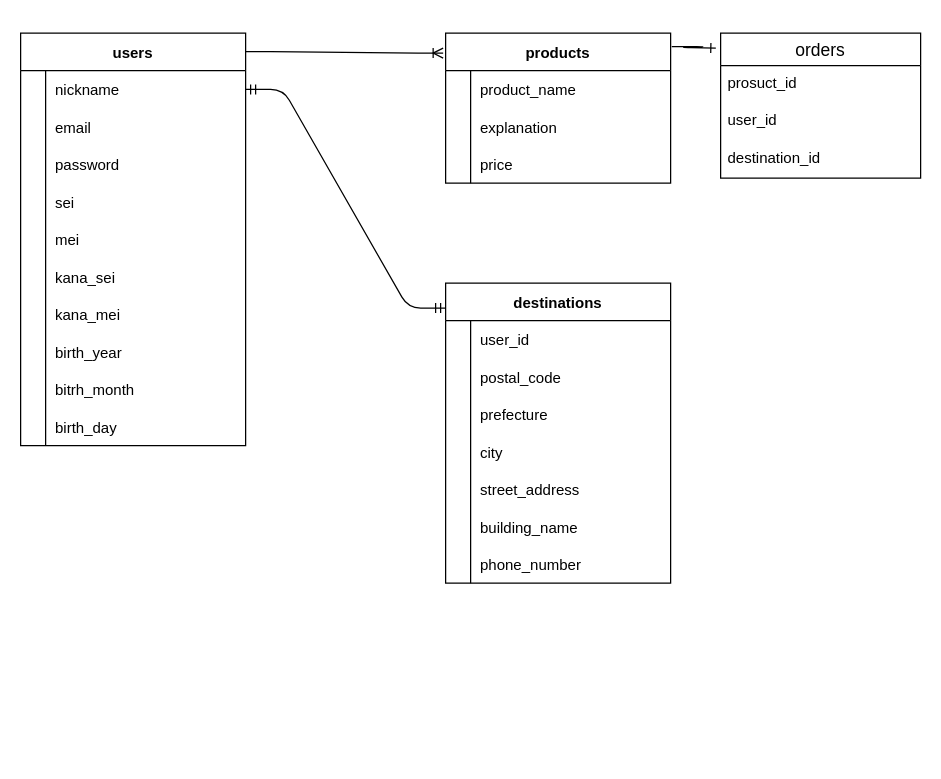
Before: furima.dio in hanacat299/furima-40354, a draw.io diagram. Source tidied: cells renumbered, new cells numbered last; positions are measured from the earlier drawing's top-left corner, leaving out a move shared by most shapes. Both pictures are drawn from the tidied source at 125%, with x=0, y=0 at pixel (20, 32).
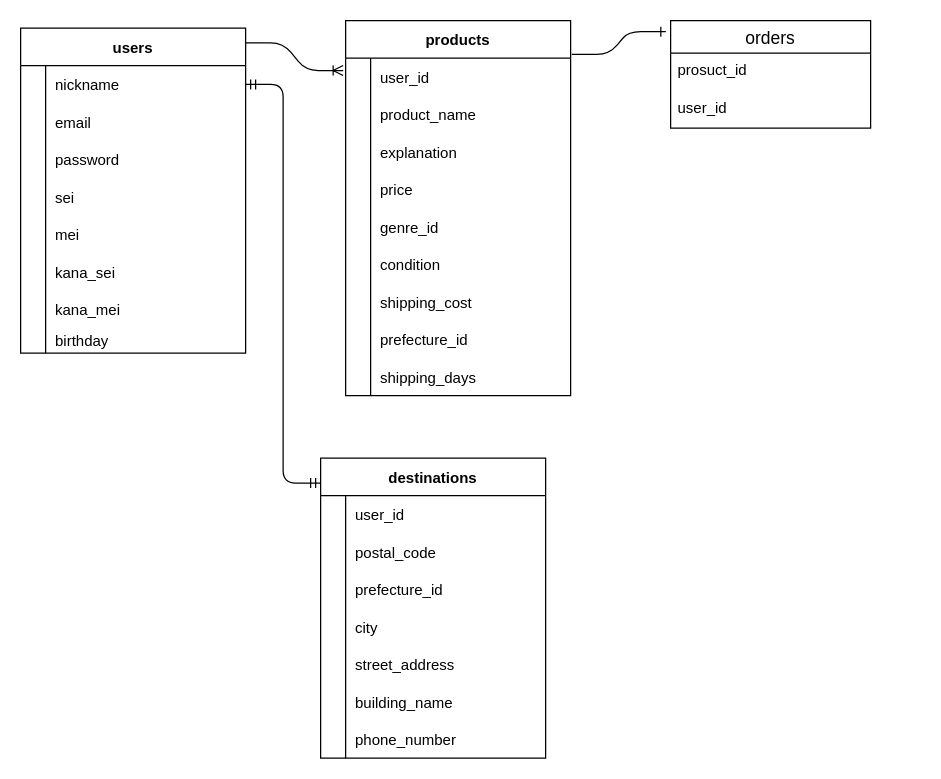
After the change.

Commit message (it also covers changes not shown here):
DB設計の修正

The change refers to these unchanged cells:
```xml
<mxCell id="50" style="shape=tableRow;horizontal=0;startSize=0;swimlaneHead=0;swimlaneBody=0;fillColor=none;top=0;left=0;right=0;bottom=0;" parent="43" vertex="1">
  <mxGeometry y="90" width="180" height="30" as="geometry" />
</mxCell>
```

Change to the diagram source:
```diff
@@
     <mxCell id="2" value="users" style="shape=table;startSize=30;childLayout=tableLayout;rowLines=0;fontStyle=1;align=center;" parent="1" vertex="1">
-      <mxGeometry width="180" height="330" as="geometry" />
+      <mxGeometry y="-4" width="180" height="260" as="geometry" />
     </mxCell>
@@
     <mxCell id="24" style="shape=tableRow;horizontal=0;startSize=0;swimlaneHead=0;swimlaneBody=0;fillColor=none;top=0;left=0;right=0;bottom=0;" parent="2" vertex="1">
-      <mxGeometry y="240" width="180" height="30" as="geometry" />
+      <mxGeometry y="240" width="180" height="20" as="geometry" />
     </mxCell>
     <mxCell id="25" style="shape=partialRectangle;fillColor=none;top=0;left=0;bottom=0;right=0;overflow=hidden;dashed=1;" parent="24" vertex="1">
-      <mxGeometry width="20" height="30" as="geometry" />
+      <mxGeometry width="20" height="20" as="geometry" />
     </mxCell>
-    <mxCell id="26" value="birth_year" style="shape=partialRectangle;fillColor=none;top=0;left=0;bottom=0;right=0;align=left;spacingLeft=6;overflow=hidden;" parent="24" vertex="1">
-      <mxGeometry x="20" width="160" height="30" as="geometry" />
+    <mxCell id="26" value="birthday" style="shape=partialRectangle;fillColor=none;top=0;left=0;bottom=0;right=0;align=left;spacingLeft=6;overflow=hidden;" parent="24" vertex="1">
+      <mxGeometry x="20" width="160" height="20" as="geometry" />
     </mxCell>
-    <mxCell id="27" style="shape=tableRow;horizontal=0;startSize=0;swimlaneHead=0;swimlaneBody=0;fillColor=none;top=0;left=0;right=0;bottom=0;" parent="2" vertex="1">
-      <mxGeometry y="270" width="180" height="30" as="geometry" />
-    </mxCell>
-    <mxCell id="28" style="shape=partialRectangle;fillColor=none;top=0;left=0;bottom=0;right=0;overflow=hidden;dashed=1;" parent="27" vertex="1">
-      <mxGeometry width="20" height="30" as="geometry" />
-    </mxCell>
-    <mxCell id="29" value="bitrh_month" style="shape=partialRectangle;fillColor=none;top=0;left=0;bottom=0;right=0;align=left;spacingLeft=6;overflow=hidden;" parent="27" vertex="1">
-      <mxGeometry x="20" width="160" height="30" as="geometry" />
-    </mxCell>
-    <mxCell id="30" style="shape=tableRow;horizontal=0;startSize=0;swimlaneHead=0;swimlaneBody=0;fillColor=none;top=0;left=0;right=0;bottom=0;" parent="2" vertex="1">
-      <mxGeometry y="300" width="180" height="30" as="geometry" />
-    </mxCell>
-    <mxCell id="31" style="shape=partialRectangle;fillColor=none;top=0;left=0;bottom=0;right=0;overflow=hidden;dashed=1;" parent="30" vertex="1">
-      <mxGeometry width="20" height="30" as="geometry" />
-    </mxCell>
-    <mxCell id="32" value="birth_day" style="shape=partialRectangle;fillColor=none;top=0;left=0;bottom=0;right=0;align=left;spacingLeft=6;overflow=hidden;" parent="30" vertex="1">
-      <mxGeometry x="20" width="160" height="30" as="geometry" />
-    </mxCell>
     <mxCell id="33" value="products" style="shape=table;startSize=30;childLayout=tableLayout;rowLines=0;fontStyle=1;align=center;" parent="1" vertex="1">
-      <mxGeometry x="340" width="180" height="120" as="geometry" />
+      <mxGeometry x="260" y="-10" width="180" height="300" as="geometry" />
     </mxCell>
+    <mxCell id="72" style="shape=tableRow;horizontal=0;startSize=0;swimlaneHead=0;swimlaneBody=0;fillColor=none;top=0;left=0;right=0;bottom=0;" parent="33" vertex="1">
+      <mxGeometry y="30" width="180" height="30" as="geometry" />
+    </mxCell>
+    <mxCell id="73" style="shape=partialRectangle;fillColor=none;top=0;left=0;bottom=0;right=0;overflow=hidden;" parent="72" vertex="1">
+      <mxGeometry width="20" height="30" as="geometry" />
+    </mxCell>
+    <mxCell id="74" value="user_id" style="shape=partialRectangle;fillColor=none;top=0;left=0;bottom=0;right=0;align=left;spacingLeft=6;overflow=hidden;" parent="72" vertex="1">
+      <mxGeometry x="20" width="160" height="30" as="geometry" />
+    </mxCell>
     <mxCell id="34" style="shape=tableRow;horizontal=0;startSize=0;swimlaneHead=0;swimlaneBody=0;fillColor=none;top=0;left=0;right=0;bottom=0;" parent="33" vertex="1">
-      <mxGeometry y="30" width="180" height="30" as="geometry" />
+      <mxGeometry y="60" width="180" height="30" as="geometry" />
     </mxCell>
@@
     <mxCell id="37" style="shape=tableRow;horizontal=0;startSize=0;swimlaneHead=0;swimlaneBody=0;fillColor=none;top=0;left=0;right=0;bottom=0;" parent="33" vertex="1">
-      <mxGeometry y="60" width="180" height="30" as="geometry" />
+      <mxGeometry y="90" width="180" height="30" as="geometry" />
     </mxCell>
@@
     <mxCell id="40" style="shape=tableRow;horizontal=0;startSize=0;swimlaneHead=0;swimlaneBody=0;fillColor=none;top=0;left=0;right=0;bottom=0;" parent="33" vertex="1">
-      <mxGeometry y="90" width="180" height="30" as="geometry" />
+      <mxGeometry y="120" width="180" height="30" as="geometry" />
     </mxCell>
@@
+    <mxCell id="75" style="shape=tableRow;horizontal=0;startSize=0;swimlaneHead=0;swimlaneBody=0;fillColor=none;top=0;left=0;right=0;bottom=0;" parent="33" vertex="1">
+      <mxGeometry y="150" width="180" height="30" as="geometry" />
+    </mxCell>
+    <mxCell id="76" style="shape=partialRectangle;fillColor=none;top=0;left=0;bottom=0;right=0;overflow=hidden;" parent="75" vertex="1">
+      <mxGeometry width="20" height="30" as="geometry" />
+    </mxCell>
+    <mxCell id="77" value="genre_id" style="shape=partialRectangle;fillColor=none;top=0;left=0;bottom=0;right=0;align=left;spacingLeft=6;overflow=hidden;" parent="75" vertex="1">
+      <mxGeometry x="20" width="160" height="30" as="geometry" />
+    </mxCell>
+    <mxCell id="78" style="shape=tableRow;horizontal=0;startSize=0;swimlaneHead=0;swimlaneBody=0;fillColor=none;top=0;left=0;right=0;bottom=0;" parent="33" vertex="1">
+      <mxGeometry y="180" width="180" height="30" as="geometry" />
+    </mxCell>
+    <mxCell id="79" style="shape=partialRectangle;fillColor=none;top=0;left=0;bottom=0;right=0;overflow=hidden;" parent="78" vertex="1">
+      <mxGeometry width="20" height="30" as="geometry" />
+    </mxCell>
+    <mxCell id="80" value="condition" style="shape=partialRectangle;fillColor=none;top=0;left=0;bottom=0;right=0;align=left;spacingLeft=6;overflow=hidden;" parent="78" vertex="1">
+      <mxGeometry x="20" width="160" height="30" as="geometry" />
+    </mxCell>
+    <mxCell id="81" style="shape=tableRow;horizontal=0;startSize=0;swimlaneHead=0;swimlaneBody=0;fillColor=none;top=0;left=0;right=0;bottom=0;" parent="33" vertex="1">
+      <mxGeometry y="210" width="180" height="30" as="geometry" />
+    </mxCell>
+    <mxCell id="82" style="shape=partialRectangle;fillColor=none;top=0;left=0;bottom=0;right=0;overflow=hidden;" parent="81" vertex="1">
+      <mxGeometry width="20" height="30" as="geometry" />
+    </mxCell>
+    <mxCell id="83" value="shipping_cost" style="shape=partialRectangle;fillColor=none;top=0;left=0;bottom=0;right=0;align=left;spacingLeft=6;overflow=hidden;" parent="81" vertex="1">
+      <mxGeometry x="20" width="160" height="30" as="geometry" />
+    </mxCell>
+    <mxCell id="84" style="shape=tableRow;horizontal=0;startSize=0;swimlaneHead=0;swimlaneBody=0;fillColor=none;top=0;left=0;right=0;bottom=0;" parent="33" vertex="1">
+      <mxGeometry y="240" width="180" height="30" as="geometry" />
+    </mxCell>
+    <mxCell id="85" style="shape=partialRectangle;fillColor=none;top=0;left=0;bottom=0;right=0;overflow=hidden;" parent="84" vertex="1">
+      <mxGeometry width="20" height="30" as="geometry" />
+    </mxCell>
+    <mxCell id="86" value="prefecture_id" style="shape=partialRectangle;fillColor=none;top=0;left=0;bottom=0;right=0;align=left;spacingLeft=6;overflow=hidden;" parent="84" vertex="1">
+      <mxGeometry x="20" width="160" height="30" as="geometry" />
+    </mxCell>
+    <mxCell id="27" style="shape=tableRow;horizontal=0;startSize=0;swimlaneHead=0;swimlaneBody=0;fillColor=none;top=0;left=0;right=0;bottom=0;" parent="33" vertex="1">
+      <mxGeometry y="270" width="180" height="30" as="geometry" />
+    </mxCell>
+    <mxCell id="87" style="shape=partialRectangle;fillColor=none;top=0;left=0;bottom=0;right=0;overflow=hidden;" parent="27" vertex="1">
+      <mxGeometry width="20" height="30" as="geometry" />
+    </mxCell>
+    <mxCell id="88" value="shipping_days" style="shape=partialRectangle;fillColor=none;top=0;left=0;bottom=0;right=0;align=left;spacingLeft=6;overflow=hidden;" parent="27" vertex="1">
+      <mxGeometry x="20" width="160" height="30" as="geometry" />
+    </mxCell>
     <mxCell id="43" value="destinations" style="shape=table;startSize=30;childLayout=tableLayout;rowLines=0;fontStyle=1;align=center;" parent="1" vertex="1">
-      <mxGeometry x="340" y="200" width="180" height="240" as="geometry" />
+      <mxGeometry x="240" y="340" width="180" height="240" as="geometry" />
     </mxCell>
@@
-    <mxCell id="52" value="prefecture" style="shape=partialRectangle;fillColor=none;top=0;left=0;bottom=0;right=0;align=left;spacingLeft=6;overflow=hidden;" parent="50" vertex="1">
+    <mxCell id="52" value="prefecture_id" style="shape=partialRectangle;fillColor=none;top=0;left=0;bottom=0;right=0;align=left;spacingLeft=6;overflow=hidden;" parent="50" vertex="1">
       <mxGeometry x="20" width="160" height="30" as="geometry" />
     </mxCell>
@@
     <mxCell id="67" value="orders" style="swimlane;fontStyle=0;horizontal=1;startSize=26;align=center;fontSize=14;" parent="1" vertex="1">
-      <mxGeometry x="560" width="160" height="116" as="geometry" />
+      <mxGeometry x="520" y="-10" width="160" height="86" as="geometry" />
     </mxCell>
@@
-    <mxCell id="70" value="destination_id" style="text;strokeColor=none;fillColor=none;spacingLeft=4;spacingRight=4;overflow=hidden;fontSize=12;" parent="67" vertex="1">
-      <mxGeometry y="86" width="160" height="30" as="geometry" />
-    </mxCell>
```
